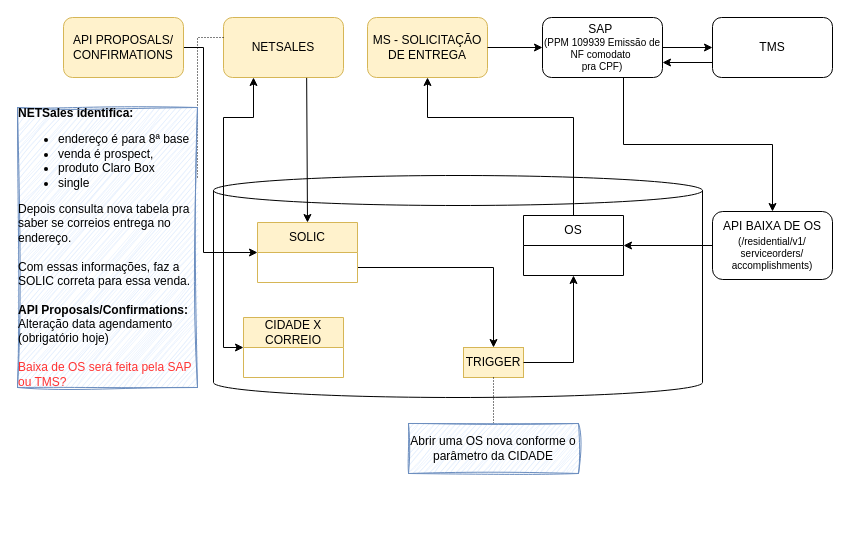
samirali/ClaroBrasil keeps this draw.io diagram as page "NETsales 8a base v9" (9 of 10) of 103976_106614-Entrega de equipamento via meio alternativo-Correios.drawio. Above is the earlier version. Source tidied: cells renumbered, new cells numbered last; positions are measured from the earlier drawing's top-left corner, leaving out a move shared by most shapes. Both pictures are drawn from the tidied source at 100%, with x=0, y=0 at pixel (17, 17).
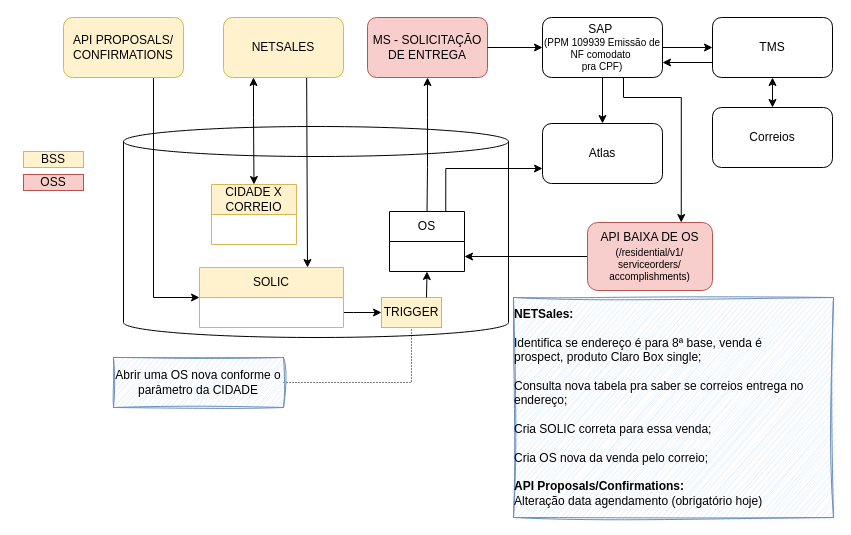
Above is the later version.

Unchanged cells that the change refers to:
```xml
<mxCell id="4" value="SAP&amp;nbsp;&lt;div style=&quot;font-size: 10px;&quot;&gt;(&lt;span style=&quot;background-color: initial;&quot;&gt;PPM 109939 Emissão de NF comodato&amp;nbsp;&lt;/span&gt;&lt;div&gt;pra CPF)&lt;/div&gt;&lt;/div&gt;" style="rounded=1;whiteSpace=wrap;html=1;" parent="1" vertex="1">
  <mxGeometry x="525" width="120" height="60" as="geometry" />
</mxCell>
<mxCell id="6" value="TMS" style="rounded=1;whiteSpace=wrap;html=1;" parent="1" vertex="1">
  <mxGeometry x="695" width="120" height="60" as="geometry" />
</mxCell>
<mxCell id="8" value="NETSALES" style="rounded=1;whiteSpace=wrap;html=1;fillColor=#fff2cc;strokeColor=#d6b656;" parent="1" vertex="1">
  <mxGeometry x="206" width="120" height="60" as="geometry" />
</mxCell>
<mxCell id="27" value="API PROPOSALS/&lt;div&gt;CONFIRMATIONS&lt;/div&gt;" style="rounded=1;whiteSpace=wrap;html=1;fillColor=#fff2cc;strokeColor=#d6b656;" parent="1" vertex="1">
  <mxGeometry x="46" width="120" height="60" as="geometry" />
</mxCell>
```

Change to the diagram source:
```diff
@@
     <mxCell id="2" style="shape=cylinder3;whiteSpace=wrap;html=1;boundedLbl=1;backgroundOutline=1;size=15;" parent="1" vertex="1">
-      <mxGeometry x="196" y="158" width="489" height="222" as="geometry" />
+      <mxGeometry x="106" y="109" width="385" height="211" as="geometry" />
     </mxCell>
-    <mxCell id="3" style="edgeStyle=orthogonalEdgeStyle;rounded=0;jettySize=auto;html=1;exitX=0.675;exitY=1;exitDx=0;exitDy=0;exitPerimeter=0;" parent="1" edge="1" source="4" target="25">
-      <mxGeometry relative="1" as="geometry" />
+    <mxCell id="3" style="edgeStyle=orthogonalEdgeStyle;rounded=0;jettySize=auto;html=1;exitX=0.675;exitY=1;exitDx=0;exitDy=0;exitPerimeter=0;entryX=0.75;entryY=0;entryDx=0;entryDy=0;" parent="1" edge="1" source="4" target="25">
+      <mxGeometry relative="1" as="geometry">
+        <Array as="points">
+          <mxPoint x="606" y="80" />
+          <mxPoint x="664" y="80" />
+        </Array>
+      </mxGeometry>
     </mxCell>
+    <mxCell id="28" style="edgeStyle=orthogonalEdgeStyle;rounded=0;jettySize=auto;html=1;entryX=0.5;entryY=0;entryDx=0;entryDy=0;" parent="1" edge="1" source="4" target="32">
+      <mxGeometry relative="1" as="geometry" />
+    </mxCell>
@@
+    <mxCell id="29" style="edgeStyle=orthogonalEdgeStyle;rounded=0;jettySize=auto;html=1;entryX=0.5;entryY=0;entryDx=0;entryDy=0;startArrow=classic;startFill=1;" parent="1" edge="1" source="6" target="31">
+      <mxGeometry relative="1" as="geometry" />
+    </mxCell>
@@
-    <mxCell id="7" style="edgeStyle=orthogonalEdgeStyle;rounded=0;jettySize=auto;html=1;entryX=0;entryY=0.5;entryDx=0;entryDy=0;exitX=0.25;exitY=1;exitDx=0;exitDy=0;startArrow=classic;startFill=1;" parent="1" edge="1" source="8" target="23">
+    <mxCell id="7" style="edgeStyle=orthogonalEdgeStyle;rounded=0;jettySize=auto;html=1;entryX=0.5;entryY=0;entryDx=0;entryDy=0;exitX=0.25;exitY=1;exitDx=0;exitDy=0;startArrow=classic;startFill=1;" parent="1" edge="1" source="8" target="23">
       <mxGeometry relative="1" as="geometry">
         <Array as="points">
           <mxPoint x="236" y="100" />
-          <mxPoint x="206" y="100" />
-          <mxPoint x="206" y="330" />
         </Array>
       </mxGeometry>
     </mxCell>
@@
-    <mxCell id="9" value="MS - SOLICITAÇÃO DE ENTREGA" style="rounded=1;whiteSpace=wrap;html=1;fillColor=#fff2cc;strokeColor=#d6b656;" parent="1" vertex="1">
+    <mxCell id="9" value="MS - SOLICITAÇÃO DE ENTREGA" style="rounded=1;whiteSpace=wrap;html=1;fillColor=#f8cecc;strokeColor=#b85450;" parent="1" vertex="1">
       <mxGeometry x="350" width="120" height="60" as="geometry" />
     </mxCell>
+    <mxCell id="30" style="edgeStyle=orthogonalEdgeStyle;rounded=0;jettySize=auto;html=1;entryX=0;entryY=0.75;entryDx=0;entryDy=0;exitX=0.75;exitY=0;exitDx=0;exitDy=0;" parent="1" edge="1" source="10" target="32">
+      <mxGeometry relative="1" as="geometry">
+        <Array as="points">
+          <mxPoint x="428" y="151" />
+        </Array>
+      </mxGeometry>
+    </mxCell>
     <mxCell id="10" value="OS" style="swimlane;fontStyle=0;horizontal=1;startSize=30;whiteSpace=wrap;html=1;" parent="1" vertex="1">
-      <mxGeometry x="506" y="198" width="100" height="60" as="geometry" />
+      <mxGeometry x="372" y="194" width="75" height="60" as="geometry" />
     </mxCell>
-    <mxCell id="11" style="endArrow=classic;html=1;rounded=0;entryX=0.5;entryY=0;entryDx=0;entryDy=0;exitX=0.693;exitY=1.007;exitDx=0;exitDy=0;exitPerimeter=0;" parent="1" edge="1" source="8" target="22">
+    <mxCell id="11" style="endArrow=classic;html=1;rounded=0;entryX=0.75;entryY=0;entryDx=0;entryDy=0;exitX=0.693;exitY=1.007;exitDx=0;exitDy=0;exitPerimeter=0;" parent="1" edge="1" source="8" target="22">
       <mxGeometry relative="1" as="geometry" />
     </mxCell>
     <mxCell id="12" style="endArrow=classic;html=1;rounded=0;entryX=0.5;entryY=1;entryDx=0;entryDy=0;exitX=0.5;exitY=0;exitDx=0;exitDy=0;" parent="1" edge="1" source="10" target="9">
       <mxGeometry relative="1" as="geometry">
         <Array as="points">
-          <mxPoint x="556" y="100" />
+          <mxPoint x="410" y="150" />
           <mxPoint x="410" y="100" />
         </Array>
       </mxGeometry>
     </mxCell>
@@
     <mxCell id="15" value="TRIGGER" style="text;html=1;strokeColor=#d6b656;fillColor=#fff2cc;align=center;verticalAlign=middle;whiteSpace=wrap;rounded=0;" parent="1" vertex="1">
-      <mxGeometry x="446" y="330" width="60" height="30" as="geometry" />
+      <mxGeometry x="364" y="280" width="60" height="30" as="geometry" />
     </mxCell>
@@
     <mxCell id="17" value="Abrir uma OS nova conforme o parâmetro da CIDADE" style="text;html=1;strokeColor=#6c8ebf;fillColor=#dae8fc;align=center;verticalAlign=middle;whiteSpace=wrap;rounded=0;sketch=1;curveFitting=1;jiggle=2;" parent="1" vertex="1">
-      <mxGeometry x="391" y="406" width="170" height="50" as="geometry" />
+      <mxGeometry x="96" y="340" width="170" height="50" as="geometry" />
     </mxCell>
-    <mxCell id="18" style="edgeStyle=orthogonalEdgeStyle;rounded=0;jettySize=auto;html=1;endArrow=none;endFill=0;dashed=1;dashPattern=1 2;exitX=1;exitY=0.25;exitDx=0;exitDy=0;" parent="1" edge="1" source="19">
-      <mxGeometry relative="1" as="geometry">
-        <mxPoint x="206" y="20" as="targetPoint" />
-        <Array as="points">
-          <mxPoint x="206" y="20" />
-        </Array>
-      </mxGeometry>
-    </mxCell>
-    <mxCell id="19" value="&lt;div style=&quot;text-align: left;&quot;&gt;&lt;span style=&quot;background-color: initial;&quot;&gt;&lt;b&gt;NETSales identifica:&lt;/b&gt;&lt;/span&gt;&lt;/div&gt;&lt;ul&gt;&lt;li style=&quot;text-align: left;&quot;&gt;endereço é para 8ª base&lt;/li&gt;&lt;li style=&quot;text-align: left;&quot;&gt;venda é prospect,&amp;nbsp;&lt;/li&gt;&lt;li style=&quot;text-align: left;&quot;&gt;produto Claro Box&lt;/li&gt;&lt;li style=&quot;text-align: left;&quot;&gt;single&lt;/li&gt;&lt;/ul&gt;&lt;span style=&quot;background-color: initial;&quot;&gt;&lt;div style=&quot;text-align: left;&quot;&gt;&lt;span style=&quot;background-color: initial;&quot;&gt;Depois consulta nova tabela pra saber se correios entrega no endereço.&lt;/span&gt;&lt;/div&gt;&amp;nbsp;&lt;/span&gt;&lt;br&gt;&lt;div style=&quot;text-align: left;&quot;&gt;&lt;span style=&quot;background-color: initial;&quot;&gt;Com essas informações, faz a SOLIC correta para essa venda.&lt;/span&gt;&lt;/div&gt;&lt;div style=&quot;text-align: left;&quot;&gt;&lt;span style=&quot;background-color: initial;&quot;&gt;&lt;br&gt;&lt;/span&gt;&lt;/div&gt;&lt;div style=&quot;text-align: left;&quot;&gt;&lt;b&gt;API Proposals/Confirmations:&lt;/b&gt;&lt;/div&gt;&lt;div style=&quot;text-align: left;&quot;&gt;Alteração data agendamento (obrigatório hoje)&lt;/div&gt;&lt;div style=&quot;text-align: left;&quot;&gt;&lt;br&gt;&lt;/div&gt;&lt;div style=&quot;text-align: left;&quot;&gt;&lt;font color=&quot;#ff3333&quot;&gt;Baixa de OS será feita pela SAP ou TMS?&lt;/font&gt;&lt;/div&gt;" style="text;html=1;strokeColor=#6c8ebf;fillColor=#dae8fc;align=center;verticalAlign=middle;whiteSpace=wrap;rounded=0;sketch=1;curveFitting=1;jiggle=2;" parent="1" vertex="1">
-      <mxGeometry y="90" width="180" height="280" as="geometry" />
+    <mxCell id="19" value="&lt;div style=&quot;text-align: left;&quot;&gt;&lt;span style=&quot;background-color: initial;&quot;&gt;&lt;b&gt;NETSales:&lt;/b&gt;&lt;/span&gt;&lt;/div&gt;&lt;span style=&quot;background-color: initial;&quot;&gt;&lt;div style=&quot;text-align: left;&quot;&gt;&lt;span style=&quot;background-color: initial;&quot;&gt;&lt;br&gt;&lt;/span&gt;&lt;/div&gt;&lt;div style=&quot;text-align: left;&quot;&gt;&lt;span style=&quot;background-color: initial;&quot;&gt;Identifica se endereço é para 8ª base,&amp;nbsp;&lt;/span&gt;&lt;span style=&quot;background-color: initial;&quot;&gt;venda é prospect,&amp;nbsp;&lt;/span&gt;&lt;span style=&quot;background-color: initial;&quot;&gt;produto Claro Box&amp;nbsp;&lt;/span&gt;&lt;span style=&quot;background-color: initial;&quot;&gt;single;&lt;/span&gt;&lt;/div&gt;&lt;div style=&quot;text-align: left;&quot;&gt;&lt;span style=&quot;background-color: initial;&quot;&gt;&lt;br&gt;&lt;/span&gt;&lt;/div&gt;&lt;/span&gt;&lt;span style=&quot;background-color: initial;&quot;&gt;&lt;div style=&quot;text-align: left;&quot;&gt;&lt;span style=&quot;background-color: initial;&quot;&gt;Consulta nova tabela pra saber se correios entrega no endereço;&lt;/span&gt;&lt;/div&gt;&lt;div style=&quot;text-align: left;&quot;&gt;&lt;span style=&quot;background-color: initial;&quot;&gt;&lt;br&gt;&lt;/span&gt;&lt;/div&gt;&lt;div style=&quot;text-align: left;&quot;&gt;&lt;div&gt;&lt;span style=&quot;background-color: initial;&quot;&gt;Cria SOLIC correta para essa venda;&lt;/span&gt;&lt;/div&gt;&lt;/div&gt;&lt;div&gt;&lt;span style=&quot;background-color: initial;&quot;&gt;&lt;br&gt;&lt;/span&gt;&lt;/div&gt;&lt;div style=&quot;text-align: left;&quot;&gt;&lt;span style=&quot;background-color: initial;&quot;&gt;Cria OS nova da venda pelo correio;&lt;/span&gt;&lt;/div&gt;&lt;/span&gt;&lt;div style=&quot;text-align: left;&quot;&gt;&lt;br&gt;&lt;/div&gt;&lt;div style=&quot;text-align: left;&quot;&gt;&lt;b&gt;API Proposals/Confirmations:&lt;/b&gt;&lt;/div&gt;&lt;div style=&quot;text-align: left;&quot;&gt;Alteração data agendamento (obrigatório hoje)&lt;/div&gt;" style="text;html=1;strokeColor=#6c8ebf;fillColor=#dae8fc;align=center;verticalAlign=middle;whiteSpace=wrap;rounded=0;sketch=1;curveFitting=1;jiggle=2;" parent="1" vertex="1">
+      <mxGeometry x="496" y="280" width="320" height="220" as="geometry" />
     </mxCell>
-    <mxCell id="20" style="endArrow=classic;html=1;rounded=0;exitX=1;exitY=0.75;exitDx=0;exitDy=0;entryX=0.5;entryY=0;entryDx=0;entryDy=0;" parent="1" edge="1" source="22" target="15">
+    <mxCell id="20" style="endArrow=classic;html=1;rounded=0;exitX=1;exitY=0.75;exitDx=0;exitDy=0;entryX=0;entryY=0.5;entryDx=0;entryDy=0;" parent="1" edge="1" source="22" target="15">
       <mxGeometry relative="1" as="geometry">
         <Array as="points">
-          <mxPoint x="476" y="250" />
+          <mxPoint x="336" y="295" />
         </Array>
       </mxGeometry>
     </mxCell>
-    <mxCell id="21" style="endArrow=classic;html=1;rounded=0;entryX=0.5;entryY=1;entryDx=0;entryDy=0;exitX=1;exitY=0.5;exitDx=0;exitDy=0;" parent="1" edge="1" source="15" target="10">
-      <mxGeometry relative="1" as="geometry">
-        <Array as="points">
-          <mxPoint x="556" y="345" />
-        </Array>
-      </mxGeometry>
+    <mxCell id="21" style="endArrow=classic;html=1;rounded=0;entryX=0.5;entryY=1;entryDx=0;entryDy=0;exitX=0.75;exitY=0;exitDx=0;exitDy=0;" parent="1" edge="1" source="15" target="10">
+      <mxGeometry relative="1" as="geometry" />
     </mxCell>
     <mxCell id="22" value="SOLIC" style="swimlane;fontStyle=0;horizontal=1;startSize=30;whiteSpace=wrap;html=1;fillColor=#fff2cc;strokeColor=#d6b656;" parent="1" vertex="1">
-      <mxGeometry x="240" y="205" width="100" height="60" as="geometry" />
+      <mxGeometry x="182" y="250" width="144" height="60" as="geometry" />
     </mxCell>
     <mxCell id="23" value="CIDADE X CORREIO" style="swimlane;fontStyle=0;horizontal=1;startSize=30;whiteSpace=wrap;html=1;fillColor=#fff2cc;strokeColor=#d6b656;" parent="1" vertex="1">
-      <mxGeometry x="226" y="300" width="100" height="60" as="geometry" />
+      <mxGeometry x="194" y="167" width="85" height="60" as="geometry" />
     </mxCell>
-    <mxCell id="24" style="edgeStyle=orthogonalEdgeStyle;rounded=0;jettySize=auto;html=1;entryX=1;entryY=0.5;entryDx=0;entryDy=0;" parent="1" edge="1" source="25" target="10">
+    <mxCell id="24" style="edgeStyle=orthogonalEdgeStyle;rounded=0;jettySize=auto;html=1;entryX=1;entryY=0.75;entryDx=0;entryDy=0;" parent="1" edge="1" source="25" target="10">
       <mxGeometry relative="1" as="geometry" />
     </mxCell>
-    <mxCell id="25" value="API BAIXA DE OS &lt;font style=&quot;font-size: 10px;&quot;&gt;(&lt;span style=&quot;background-color: initial;&quot;&gt;/residential/v1/&lt;/span&gt;&lt;/font&gt;&lt;div style=&quot;font-size: 10px;&quot;&gt;&lt;span style=&quot;background-color: initial;&quot;&gt;&lt;font style=&quot;font-size: 10px;&quot;&gt;serviceorders/&lt;/font&gt;&lt;/span&gt;&lt;/div&gt;&lt;div style=&quot;font-size: 10px;&quot;&gt;&lt;span style=&quot;background-color: initial;&quot;&gt;&lt;font style=&quot;font-size: 10px;&quot;&gt;accomplishmen&lt;/font&gt;&lt;/span&gt;&lt;span style=&quot;background-color: initial;&quot;&gt;ts)&lt;/span&gt;&lt;/div&gt;" style="rounded=1;whiteSpace=wrap;html=1;" parent="1" vertex="1">
-      <mxGeometry x="695" y="194" width="120" height="68" as="geometry" />
+    <mxCell id="25" value="API BAIXA DE OS &lt;font style=&quot;font-size: 10px;&quot;&gt;(&lt;span style=&quot;background-color: initial;&quot;&gt;/residential/v1/&lt;/span&gt;&lt;/font&gt;&lt;div style=&quot;font-size: 10px;&quot;&gt;&lt;span style=&quot;background-color: initial;&quot;&gt;&lt;font style=&quot;font-size: 10px;&quot;&gt;serviceorders/&lt;/font&gt;&lt;/span&gt;&lt;/div&gt;&lt;div style=&quot;font-size: 10px;&quot;&gt;&lt;span style=&quot;background-color: initial;&quot;&gt;&lt;font style=&quot;font-size: 10px;&quot;&gt;accomplishmen&lt;/font&gt;&lt;/span&gt;&lt;span style=&quot;background-color: initial;&quot;&gt;ts)&lt;/span&gt;&lt;/div&gt;" style="rounded=1;whiteSpace=wrap;html=1;fillColor=#f8cecc;strokeColor=#b85450;" parent="1" vertex="1">
+      <mxGeometry x="570" y="205" width="125" height="68" as="geometry" />
     </mxCell>
-    <mxCell id="26" style="edgeStyle=orthogonalEdgeStyle;rounded=0;jettySize=auto;html=1;entryX=0;entryY=0.5;entryDx=0;entryDy=0;" parent="1" edge="1" source="27" target="22">
+    <mxCell id="26" style="edgeStyle=orthogonalEdgeStyle;rounded=0;jettySize=auto;html=1;entryX=0;entryY=0.5;entryDx=0;entryDy=0;exitX=0.75;exitY=1;exitDx=0;exitDy=0;" parent="1" edge="1" source="27" target="22">
       <mxGeometry relative="1" as="geometry">
         <Array as="points">
-          <mxPoint x="186" y="30" />
-          <mxPoint x="186" y="235" />
+          <mxPoint x="136" y="280" />
         </Array>
       </mxGeometry>
     </mxCell>
@@
+    <mxCell id="31" value="Correios" style="rounded=1;whiteSpace=wrap;html=1;" parent="1" vertex="1">
+      <mxGeometry x="695" y="90" width="120" height="60" as="geometry" />
+    </mxCell>
+    <mxCell id="32" value="Atlas" style="rounded=1;whiteSpace=wrap;html=1;" parent="1" vertex="1">
+      <mxGeometry x="525" y="106" width="120" height="60" as="geometry" />
+    </mxCell>
+    <mxCell id="33" value="BSS" style="rounded=0;whiteSpace=wrap;html=1;fillColor=#fff2cc;strokeColor=#d6b656;" parent="1" vertex="1">
+      <mxGeometry x="6" y="134" width="60" height="16" as="geometry" />
+    </mxCell>
+    <mxCell id="34" value="OSS" style="rounded=0;whiteSpace=wrap;html=1;fillColor=#f8cecc;strokeColor=#b85450;" parent="1" vertex="1">
+      <mxGeometry x="6" y="157" width="60" height="16" as="geometry" />
+    </mxCell>
```
